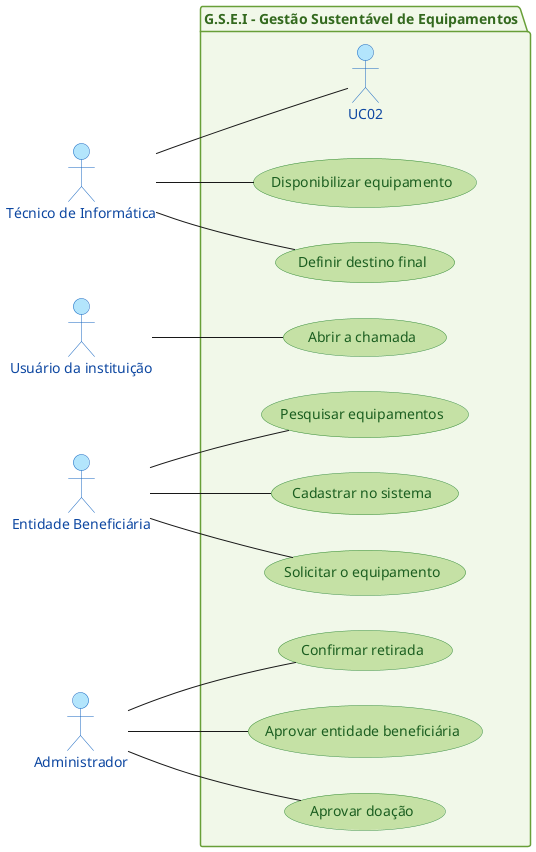
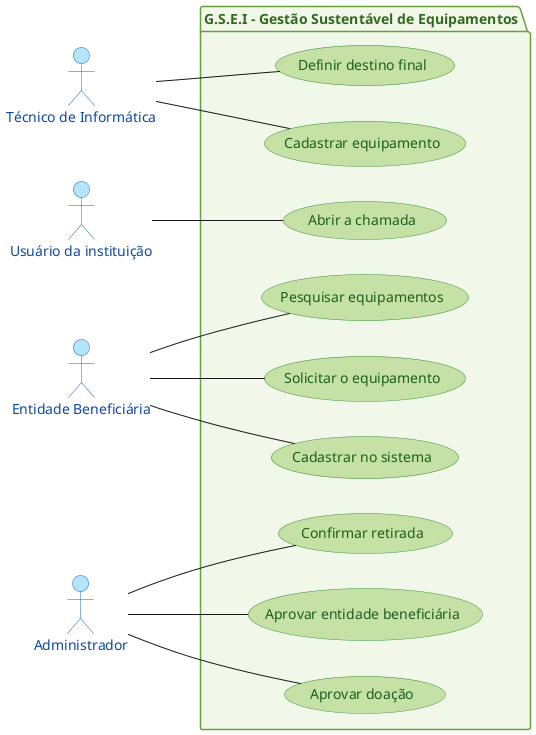
@startuml
!define LIGHTGREEN #c5e1a5
!define LIGHTBLUE #b3e5fc
!define WHITE #ffffff

left to right direction

skinparam backgroundColor WHITE
skinparam usecase {
  BackgroundColor LIGHTGREEN
  BorderColor #388e3c
  FontColor #1b5e20
}

skinparam actor {
  BackgroundColor LIGHTBLUE
  BorderColor #1565c0
  FontColor #0d47a1
}

skinparam package {
  BackgroundColor #f1f8e9
  BorderColor #689f38
  FontColor #33691e
}

  actor "Técnico de Informática" as Tecnico
  actor "Usuário da instituição" as usuario
  actor "Entidade Beneficiária" as Entidade
  actor "Administrador" as ADM

package "G.S.E.I - Gestão Sustentável de Equipamentos" {

  ' Técnico de Informática
-   usecase "Disponibilizar equipamento" as UC01
-   usecase "Cadastrar equipamento" as UC04
+   usecase "Cadastrar equipamento" as UC02
  usecase "Definir destino final" as UC03

  ' Entidade Beneficiária
  usecase "Cadastrar no sistema" as UC04
  usecase "Pesquisar equipamentos" as UC05
  usecase "Solicitar o equipamento" as UC06

  ' Usuário da instituição
  usecase "Abrir a chamada" as UC07

  ' ADM
  usecase "Confirmar retirada" as UC08
  usecase "Aprovar entidade beneficiária" as UC09
  usecase "Aprovar doação" as UC10

  ' Actor associations
-   Tecnico -- UC01
  Tecnico -- UC02
  Tecnico -- UC03

  Entidade -- UC04
  Entidade -- UC05
  Entidade -- UC06

  usuario -- UC07

  ADM -- UC08
  ADM -- UC09
  ADM -- UC10
}

@enduml
